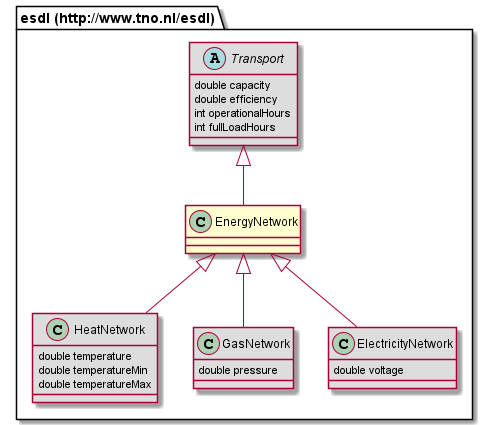
Above: 687474703a2f2f7777772e746e6f2e6e6c2f6573646c/EnergyNetwork.png in EnergyTransition/energytransition.github.io (PlantUML), before the change.
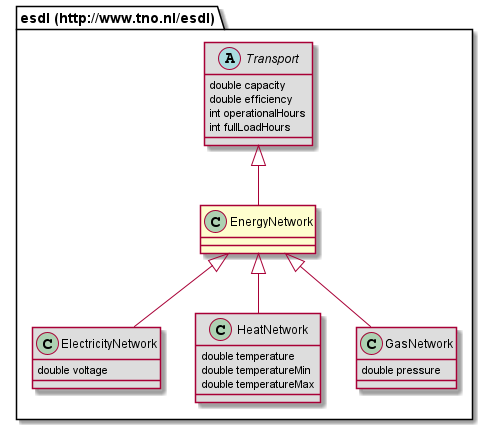
After the commit.

What changed in the source:
```diff
@@ -1,5 +1,13 @@
 @startuml
 class "esdl (http://www.tno.nl/esdl).EnergyNetwork" [[#router/doc-content/687474703a2f2f7777772e746e6f2e6e6c2f6573646c/EnergyNetwork.html{Defines an energy network. }]] {
+}
+class "esdl (http://www.tno.nl/esdl).ElectricityNetwork" [[#router/doc-content/687474703a2f2f7777772e746e6f2e6e6c2f6573646c/ElectricityNetwork.html{Describes an complete Electricty network, without detailing the complete topology. }]] #DDDDDD {
+	double voltage
+}
+class "esdl (http://www.tno.nl/esdl).HeatNetwork" [[#router/doc-content/687474703a2f2f7777772e746e6f2e6e6c2f6573646c/HeatNetwork.html{Describes an complete heat network, without detailing the complete topology. }]] #DDDDDD {
+	double temperature
+	double temperatureMin
+	double temperatureMax
 }
 abstract class "esdl (http://www.tno.nl/esdl).Transport" [[#router/doc-content/687474703a2f2f7777772e746e6f2e6e6c2f6573646c/Transport.html{An abstract class that describes EnergyAssets that can transport energy. }]] #DDDDDD {
 	double capacity
@@ -7,19 +15,11 @@
 	int operationalHours
 	int fullLoadHours
 }
-class "esdl (http://www.tno.nl/esdl).HeatNetwork" [[#router/doc-content/687474703a2f2f7777772e746e6f2e6e6c2f6573646c/HeatNetwork.html{Describes an complete heat network, without detailing the complete topology. }]] #DDDDDD {
-	double temperature
-	double temperatureMin
-	double temperatureMax
-}
 class "esdl (http://www.tno.nl/esdl).GasNetwork" [[#router/doc-content/687474703a2f2f7777772e746e6f2e6e6c2f6573646c/GasNetwork.html{Describes an complete gas network, without detailing the complete topology. }]] #DDDDDD {
 	double pressure
 }
-class "esdl (http://www.tno.nl/esdl).ElectricityNetwork" [[#router/doc-content/687474703a2f2f7777772e746e6f2e6e6c2f6573646c/ElectricityNetwork.html{Describes an complete Electricty network, without detailing the complete topology. }]] #DDDDDD {
-	double voltage
-}
 "esdl (http://www.tno.nl/esdl).Transport" <|-- "esdl (http://www.tno.nl/esdl).EnergyNetwork"
+"esdl (http://www.tno.nl/esdl).EnergyNetwork" <|-- "esdl (http://www.tno.nl/esdl).ElectricityNetwork"
 "esdl (http://www.tno.nl/esdl).EnergyNetwork" <|-- "esdl (http://www.tno.nl/esdl).HeatNetwork"
 "esdl (http://www.tno.nl/esdl).EnergyNetwork" <|-- "esdl (http://www.tno.nl/esdl).GasNetwork"
-"esdl (http://www.tno.nl/esdl).EnergyNetwork" <|-- "esdl (http://www.tno.nl/esdl).ElectricityNetwork"
 @enduml
```
